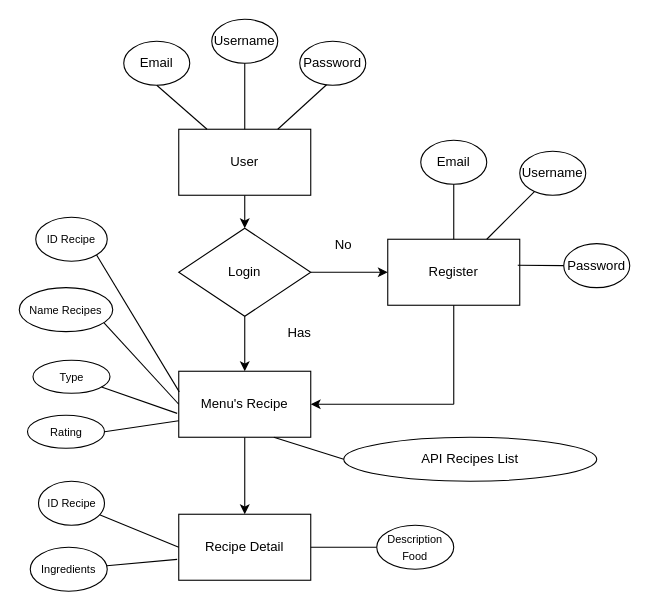
Earlier version of the draw.io diagram page "Page-1" (1 of 8) of Exercise.drawio (MFaisal00359/Kamu-nanyeaa). Source tidied: cells renumbered, new cells numbered last; positions are measured from the earlier drawing's top-left corner, leaving out a move shared by most shapes. Both pictures are drawn from the tidied source at 110%, with x=0, y=0 at pixel (19, 19).
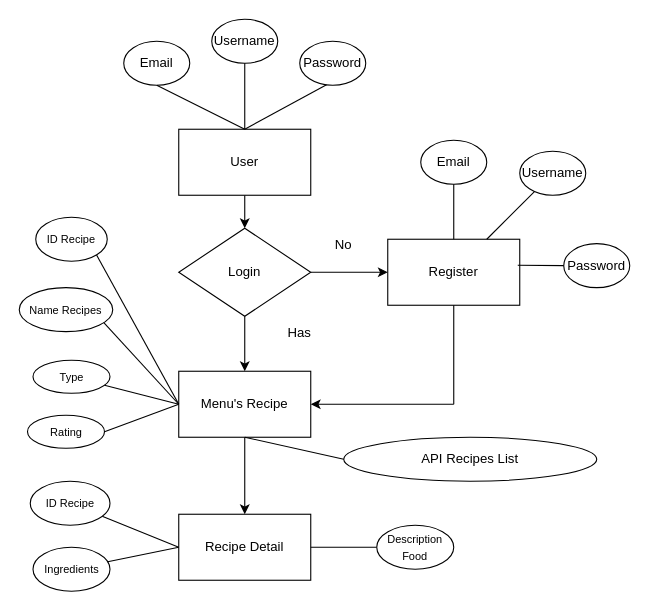
The same page after the edit.

Unchanged cells that the change refers to:
```xml
<mxCell id="3" value="User" style="rounded=0;whiteSpace=wrap;html=1;" parent="1" vertex="1">
  <mxGeometry x="145" y="100" width="120" height="60" as="geometry" />
</mxCell>
<mxCell id="7" value="Email" style="ellipse;whiteSpace=wrap;html=1;" parent="1" vertex="1">
  <mxGeometry x="95" y="20" width="60" height="40" as="geometry" />
</mxCell>
<mxCell id="9" value="Password" style="ellipse;whiteSpace=wrap;html=1;" parent="1" vertex="1">
  <mxGeometry x="255" y="20" width="60" height="40" as="geometry" />
</mxCell>
<mxCell id="11" value="Menu's Recipe" style="rounded=0;whiteSpace=wrap;html=1;" parent="1" vertex="1">
  <mxGeometry x="145" y="320" width="120" height="60" as="geometry" />
</mxCell>
<mxCell id="27" value="&lt;font style=&quot;font-size: 10px;&quot;&gt;ID Recipe&lt;/font&gt;" style="ellipse;whiteSpace=wrap;html=1;" parent="1" vertex="1">
  <mxGeometry x="15" y="180" width="65" height="40" as="geometry" />
</mxCell>
<mxCell id="31" value="Recipe Detail" style="rounded=0;whiteSpace=wrap;html=1;" parent="1" vertex="1">
  <mxGeometry x="145" y="450" width="120" height="60" as="geometry" />
</mxCell>
<mxCell id="34" value="&lt;span style=&quot;font-size: 10px;&quot;&gt;Type&lt;/span&gt;" style="ellipse;whiteSpace=wrap;html=1;" parent="1" vertex="1">
  <mxGeometry x="12.5" y="310" width="70" height="30" as="geometry" />
</mxCell>
<mxCell id="36" value="&lt;span style=&quot;font-size: 10px;&quot;&gt;Rating&lt;/span&gt;" style="ellipse;whiteSpace=wrap;html=1;" parent="1" vertex="1">
  <mxGeometry x="7.5" y="360" width="70" height="30" as="geometry" />
</mxCell>
<mxCell id="41" value="API Recipes List" style="ellipse;whiteSpace=wrap;html=1;" parent="1" vertex="1">
  <mxGeometry x="295" y="380" width="230" height="40" as="geometry" />
</mxCell>
```

The edit, as a diff of the source:
```diff
@@
-    <mxCell id="16" style="endArrow=none;html=1;rounded=0;entryX=0.5;entryY=1;entryDx=0;entryDy=0;" parent="1" edge="1" source="3" target="7">
+    <mxCell id="16" style="endArrow=none;html=1;rounded=0;entryX=0.5;entryY=1;entryDx=0;entryDy=0;exitX=0.5;exitY=0;exitDx=0;exitDy=0;" parent="1" edge="1" source="3" target="7">
       <mxGeometry relative="1" as="geometry" />
     </mxCell>
@@
-    <mxCell id="18" style="endArrow=none;html=1;rounded=0;entryX=0.406;entryY=0.988;entryDx=0;entryDy=0;exitX=0.75;exitY=0;exitDx=0;exitDy=0;entryPerimeter=0;exitPerimeter=0;" parent="1" edge="1" source="3" target="9">
+    <mxCell id="18" style="endArrow=none;html=1;rounded=0;entryX=0.406;entryY=0.988;entryDx=0;entryDy=0;exitX=0.5;exitY=0;exitDx=0;exitDy=0;entryPerimeter=0;" parent="1" edge="1" source="3" target="9">
       <mxGeometry relative="1" as="geometry" />
     </mxCell>
@@
-    <mxCell id="28" style="endArrow=none;html=1;rounded=0;exitX=0.004;exitY=0.313;exitDx=0;exitDy=0;exitPerimeter=0;entryX=1;entryY=1;entryDx=0;entryDy=0;" parent="1" edge="1" source="11" target="27">
-      <mxGeometry relative="1" as="geometry" />
+    <mxCell id="28" style="endArrow=none;html=1;rounded=0;entryX=1;entryY=1;entryDx=0;entryDy=0;" parent="1" edge="1" target="27">
+      <mxGeometry relative="1" as="geometry">
+        <mxPoint x="145" y="350" as="sourcePoint" />
+      </mxGeometry>
     </mxCell>
@@
     <mxCell id="30" value="&lt;span style=&quot;font-size: 10px;&quot;&gt;Ingredients&lt;/span&gt;" style="ellipse;whiteSpace=wrap;html=1;" parent="1" vertex="1">
-      <mxGeometry x="10" y="480" width="70" height="40" as="geometry" />
+      <mxGeometry x="12.5" y="480" width="70" height="40" as="geometry" />
     </mxCell>
@@
-    <mxCell id="32" value="&lt;font style=&quot;font-size: 10px;&quot;&gt;ID Recipe&lt;/font&gt;" style="ellipse;whiteSpace=wrap;html=1;" parent="1" vertex="1">
-      <mxGeometry x="17.5" y="420" width="60" height="40" as="geometry" />
-    </mxCell>
@@
-    <mxCell id="35" style="endArrow=none;html=1;rounded=0;exitX=-0.012;exitY=0.638;exitDx=0;exitDy=0;exitPerimeter=0;" parent="1" edge="1" source="11" target="34">
+    <mxCell id="35" style="endArrow=none;html=1;rounded=0;exitX=0;exitY=0.5;exitDx=0;exitDy=0;" parent="1" edge="1" source="11" target="34">
       <mxGeometry relative="1" as="geometry" />
     </mxCell>
@@
-    <mxCell id="37" style="endArrow=none;html=1;rounded=0;exitX=0;exitY=0.75;exitDx=0;exitDy=0;entryX=1;entryY=0.5;entryDx=0;entryDy=0;" parent="1" edge="1" source="11" target="36">
+    <mxCell id="37" style="endArrow=none;html=1;rounded=0;exitX=0;exitY=0.5;exitDx=0;exitDy=0;entryX=1;entryY=0.5;entryDx=0;entryDy=0;" parent="1" edge="1" source="11" target="36">
       <mxGeometry relative="1" as="geometry" />
     </mxCell>
-    <mxCell id="38" style="endArrow=none;html=1;rounded=0;exitX=-0.012;exitY=0.683;exitDx=0;exitDy=0;exitPerimeter=0;" parent="1" edge="1" source="31" target="30">
+    <mxCell id="38" style="endArrow=none;html=1;rounded=0;exitX=0;exitY=0.5;exitDx=0;exitDy=0;" parent="1" edge="1" source="31" target="30">
       <mxGeometry relative="1" as="geometry" />
     </mxCell>
@@
-    <mxCell id="42" style="endArrow=none;html=1;rounded=0;exitX=0;exitY=0.5;exitDx=0;exitDy=0;entryX=0.72;entryY=1;entryDx=0;entryDy=0;entryPerimeter=0;" parent="1" edge="1" source="41" target="11">
+    <mxCell id="42" style="endArrow=none;html=1;rounded=0;exitX=0;exitY=0.5;exitDx=0;exitDy=0;entryX=0.5;entryY=1;entryDx=0;entryDy=0;" parent="1" edge="1" source="41" target="11">
       <mxGeometry relative="1" as="geometry" />
     </mxCell>
+    <mxCell id="32" value="&lt;font style=&quot;font-size: 10px;&quot;&gt;ID Recipe&lt;/font&gt;" style="ellipse;whiteSpace=wrap;html=1;" parent="1" vertex="1">
+      <mxGeometry x="10" y="420" width="72.5" height="40" as="geometry" />
+    </mxCell>
```
